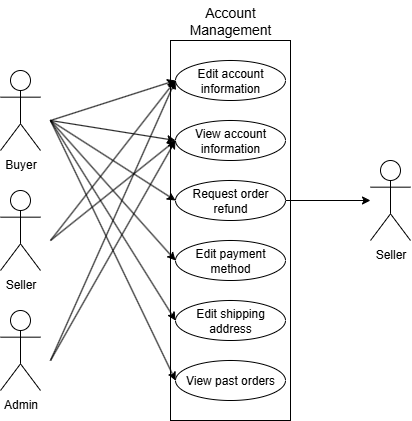
TagReaper/CSE-4214-03-Lab-Project keeps this draw.io diagram as SRS Documents/User Story Diagrams/Use Case Diagram - 9.png. Above is the earlier version. Source tidied: cells renumbered, new cells last; positions are measured from the earlier drawing's top-left corner, leaving out a move shared by most shapes. Source of this version:
```xml
<mxGraphModel>
  <root>
    <mxCell id="0" />
    <mxCell id="1" parent="0" />
    <mxCell id="2" style="rounded=0;whiteSpace=wrap;html=1;" parent="1" vertex="1">
      <mxGeometry x="170" y="40" width="120" height="380" as="geometry" />
    </mxCell>
    <mxCell id="3" value="&lt;font style=&quot;font-size: 14px;&quot;&gt;Account Management&lt;/font&gt;" style="text;html=1;align=center;verticalAlign=middle;whiteSpace=wrap;rounded=0;" parent="1" vertex="1">
      <mxGeometry x="170" width="120" height="40" as="geometry" />
    </mxCell>
    <mxCell id="4" value="Edit account information" style="ellipse;whiteSpace=wrap;html=1;" parent="1" vertex="1">
      <mxGeometry x="175" y="60" width="110" height="40" as="geometry" />
    </mxCell>
    <mxCell id="5" value="Edit payment method" style="ellipse;whiteSpace=wrap;html=1;" parent="1" vertex="1">
      <mxGeometry x="175" y="240" width="110" height="40" as="geometry" />
    </mxCell>
    <mxCell id="6" value="Edit shipping address" style="ellipse;whiteSpace=wrap;html=1;" parent="1" vertex="1">
      <mxGeometry x="175" y="300" width="110" height="40" as="geometry" />
    </mxCell>
    <mxCell id="7" value="View past orders" style="ellipse;whiteSpace=wrap;html=1;" parent="1" vertex="1">
      <mxGeometry x="175" y="360" width="110" height="40" as="geometry" />
    </mxCell>
    <mxCell id="8" value="View account information" style="ellipse;whiteSpace=wrap;html=1;" parent="1" vertex="1">
      <mxGeometry x="175" y="120" width="110" height="40" as="geometry" />
    </mxCell>
    <mxCell id="9" style="edgeStyle=none;shape=connector;rounded=0;jettySize=auto;html=1;exitX=1;exitY=0.5;exitDx=0;exitDy=0;strokeColor=default;align=center;verticalAlign=middle;fontFamily=Helvetica;fontSize=11;fontColor=default;labelBackgroundColor=default;endArrow=classic;" parent="1" edge="1" source="10" target="24">
      <mxGeometry relative="1" as="geometry" />
    </mxCell>
    <mxCell id="10" value="Request order refund" style="ellipse;whiteSpace=wrap;html=1;" parent="1" vertex="1">
      <mxGeometry x="175" y="180" width="110" height="40" as="geometry" />
    </mxCell>
    <mxCell id="11" style="rounded=0;jettySize=auto;html=1;entryX=0;entryY=0.5;entryDx=0;entryDy=0;strokeColor=default;align=center;verticalAlign=middle;fontFamily=Helvetica;fontSize=11;fontColor=default;labelBackgroundColor=default;endArrow=classic;elbow=vertical;" parent="1" edge="1" target="4">
      <mxGeometry relative="1" as="geometry">
        <mxPoint x="50" y="120" as="sourcePoint" />
      </mxGeometry>
    </mxCell>
    <mxCell id="12" style="edgeStyle=none;shape=connector;rounded=0;jettySize=auto;html=1;entryX=0;entryY=0.5;entryDx=0;entryDy=0;strokeColor=default;align=center;verticalAlign=middle;fontFamily=Helvetica;fontSize=11;fontColor=default;labelBackgroundColor=default;endArrow=classic;" parent="1" edge="1" target="5">
      <mxGeometry relative="1" as="geometry">
        <mxPoint x="50" y="120" as="sourcePoint" />
      </mxGeometry>
    </mxCell>
    <mxCell id="13" style="edgeStyle=none;shape=connector;rounded=0;jettySize=auto;html=1;entryX=0;entryY=0.5;entryDx=0;entryDy=0;strokeColor=default;align=center;verticalAlign=middle;fontFamily=Helvetica;fontSize=11;fontColor=default;labelBackgroundColor=default;endArrow=classic;" parent="1" edge="1" target="6">
      <mxGeometry relative="1" as="geometry">
        <mxPoint x="50" y="120" as="sourcePoint" />
      </mxGeometry>
    </mxCell>
    <mxCell id="14" style="edgeStyle=none;shape=connector;rounded=0;jettySize=auto;html=1;entryX=0;entryY=0.5;entryDx=0;entryDy=0;strokeColor=default;align=center;verticalAlign=middle;fontFamily=Helvetica;fontSize=11;fontColor=default;labelBackgroundColor=default;endArrow=classic;" parent="1" edge="1" target="7">
      <mxGeometry relative="1" as="geometry">
        <mxPoint x="50" y="120" as="sourcePoint" />
      </mxGeometry>
    </mxCell>
    <mxCell id="15" style="edgeStyle=none;shape=connector;rounded=0;jettySize=auto;html=1;entryX=0;entryY=0.5;entryDx=0;entryDy=0;strokeColor=default;align=center;verticalAlign=middle;fontFamily=Helvetica;fontSize=11;fontColor=default;labelBackgroundColor=default;endArrow=classic;" parent="1" edge="1" target="10">
      <mxGeometry relative="1" as="geometry">
        <mxPoint x="50" y="120" as="sourcePoint" />
      </mxGeometry>
    </mxCell>
    <mxCell id="16" style="edgeStyle=none;shape=connector;rounded=0;jettySize=auto;html=1;entryX=0;entryY=0.5;entryDx=0;entryDy=0;strokeColor=default;align=center;verticalAlign=middle;fontFamily=Helvetica;fontSize=11;fontColor=default;labelBackgroundColor=default;endArrow=classic;" parent="1" edge="1" target="8">
      <mxGeometry relative="1" as="geometry">
        <mxPoint x="50" y="120" as="sourcePoint" />
      </mxGeometry>
    </mxCell>
    <mxCell id="17" value="Buyer" style="shape=umlActor;verticalLabelPosition=bottom;verticalAlign=top;html=1;" parent="1" vertex="1">
      <mxGeometry y="70" width="40" height="80" as="geometry" />
    </mxCell>
    <mxCell id="18" style="edgeStyle=none;shape=connector;rounded=0;jettySize=auto;html=1;entryX=0;entryY=0.5;entryDx=0;entryDy=0;strokeColor=default;align=center;verticalAlign=middle;fontFamily=Helvetica;fontSize=11;fontColor=default;labelBackgroundColor=default;endArrow=classic;" parent="1" edge="1" target="4">
      <mxGeometry relative="1" as="geometry">
        <mxPoint x="50" y="240" as="sourcePoint" />
      </mxGeometry>
    </mxCell>
    <mxCell id="19" style="edgeStyle=none;shape=connector;rounded=0;jettySize=auto;html=1;entryX=0;entryY=0.5;entryDx=0;entryDy=0;strokeColor=default;align=center;verticalAlign=middle;fontFamily=Helvetica;fontSize=11;fontColor=default;labelBackgroundColor=default;endArrow=classic;" parent="1" edge="1" target="8">
      <mxGeometry relative="1" as="geometry">
        <mxPoint x="50" y="240" as="sourcePoint" />
      </mxGeometry>
    </mxCell>
    <mxCell id="20" value="Seller" style="shape=umlActor;verticalLabelPosition=bottom;verticalAlign=top;html=1;" parent="1" vertex="1">
      <mxGeometry y="190" width="40" height="80" as="geometry" />
    </mxCell>
    <mxCell id="21" style="edgeStyle=none;shape=connector;rounded=0;jettySize=auto;html=1;entryX=0;entryY=0.5;entryDx=0;entryDy=0;strokeColor=default;align=center;verticalAlign=middle;fontFamily=Helvetica;fontSize=11;fontColor=default;labelBackgroundColor=default;endArrow=classic;" parent="1" edge="1" target="4">
      <mxGeometry relative="1" as="geometry">
        <mxPoint x="50" y="360" as="sourcePoint" />
      </mxGeometry>
    </mxCell>
    <mxCell id="22" value="Admin" style="shape=umlActor;verticalLabelPosition=bottom;verticalAlign=top;html=1;" parent="1" vertex="1">
      <mxGeometry y="310" width="40" height="80" as="geometry" />
    </mxCell>
    <mxCell id="23" style="endArrow=classic;html=1;rounded=0;entryX=0;entryY=0.5;entryDx=0;entryDy=0;" parent="1" edge="1" target="8">
      <mxGeometry relative="1" as="geometry">
        <mxPoint x="50" y="360" as="sourcePoint" />
      </mxGeometry>
    </mxCell>
    <mxCell id="24" value="Seller" style="shape=umlActor;verticalLabelPosition=bottom;verticalAlign=top;html=1;outlineConnect=0;" parent="1" vertex="1">
      <mxGeometry x="370" y="160" width="40" height="80" as="geometry" />
    </mxCell>
  </root>
</mxGraphModel>
```
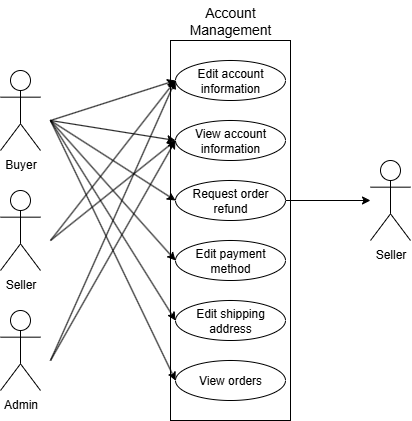
The same diagram one commit later.

What changed in the source:
```diff
@@ -17,7 +17,7 @@
     <mxCell id="6" value="Edit shipping address" style="ellipse;whiteSpace=wrap;html=1;" parent="1" vertex="1">
       <mxGeometry x="175" y="300" width="110" height="40" as="geometry" />
     </mxCell>
-    <mxCell id="7" value="View past orders" style="ellipse;whiteSpace=wrap;html=1;" parent="1" vertex="1">
+    <mxCell id="7" value="View orders" style="ellipse;whiteSpace=wrap;html=1;" parent="1" vertex="1">
       <mxGeometry x="175" y="360" width="110" height="40" as="geometry" />
     </mxCell>
     <mxCell id="8" value="View account information" style="ellipse;whiteSpace=wrap;html=1;" parent="1" vertex="1">
```
